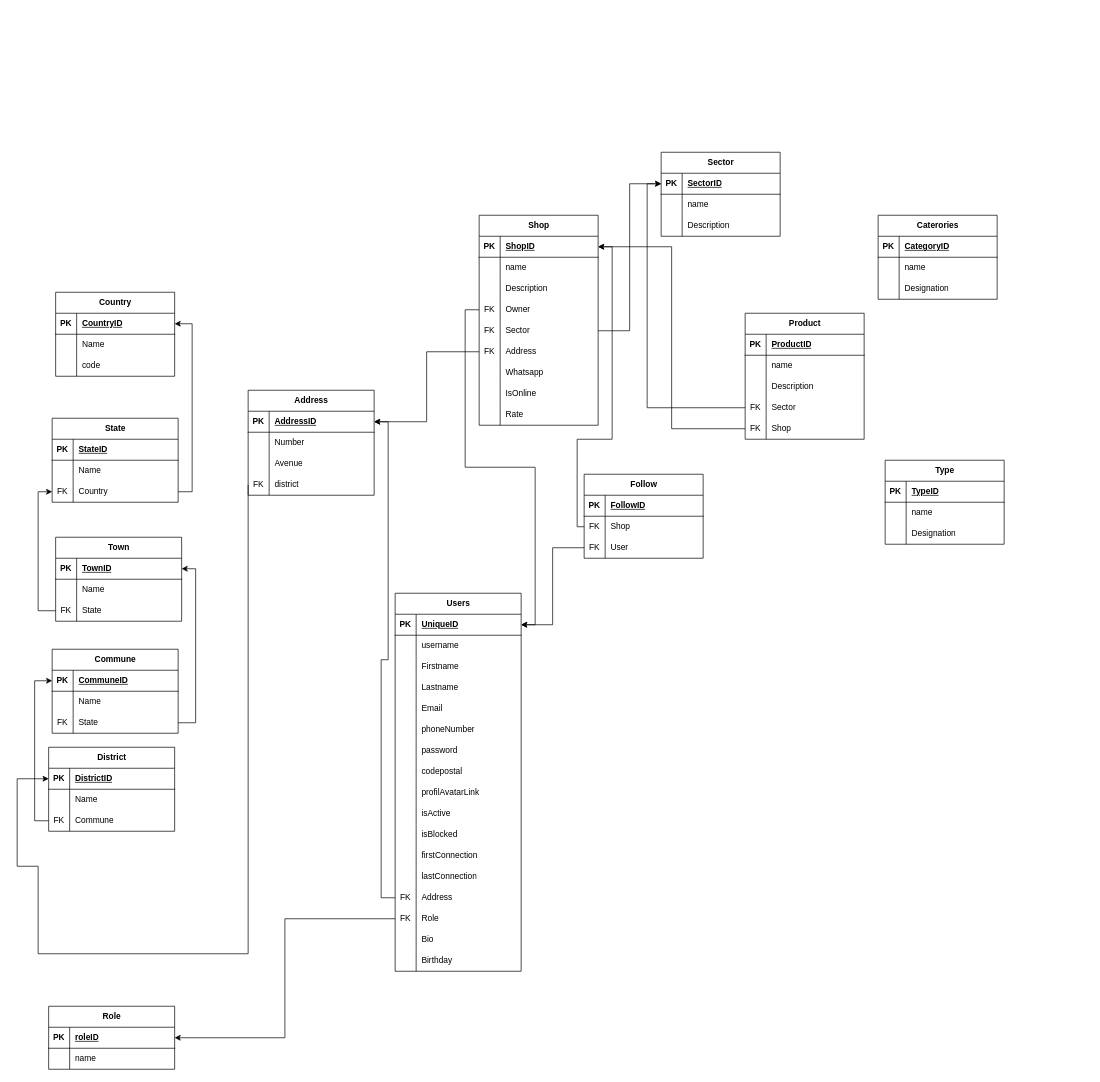
Above: Tekango.drawio in internalTekango/3.0.tekango.template (draw.io), before the change. Source tidied: cells renumbered, new cells numbered last; positions are measured from the earlier drawing's top-left corner, leaving out a move shared by most shapes. Both pictures are drawn from the tidied source at 70%, with x=0, y=0 at pixel (17, 152).
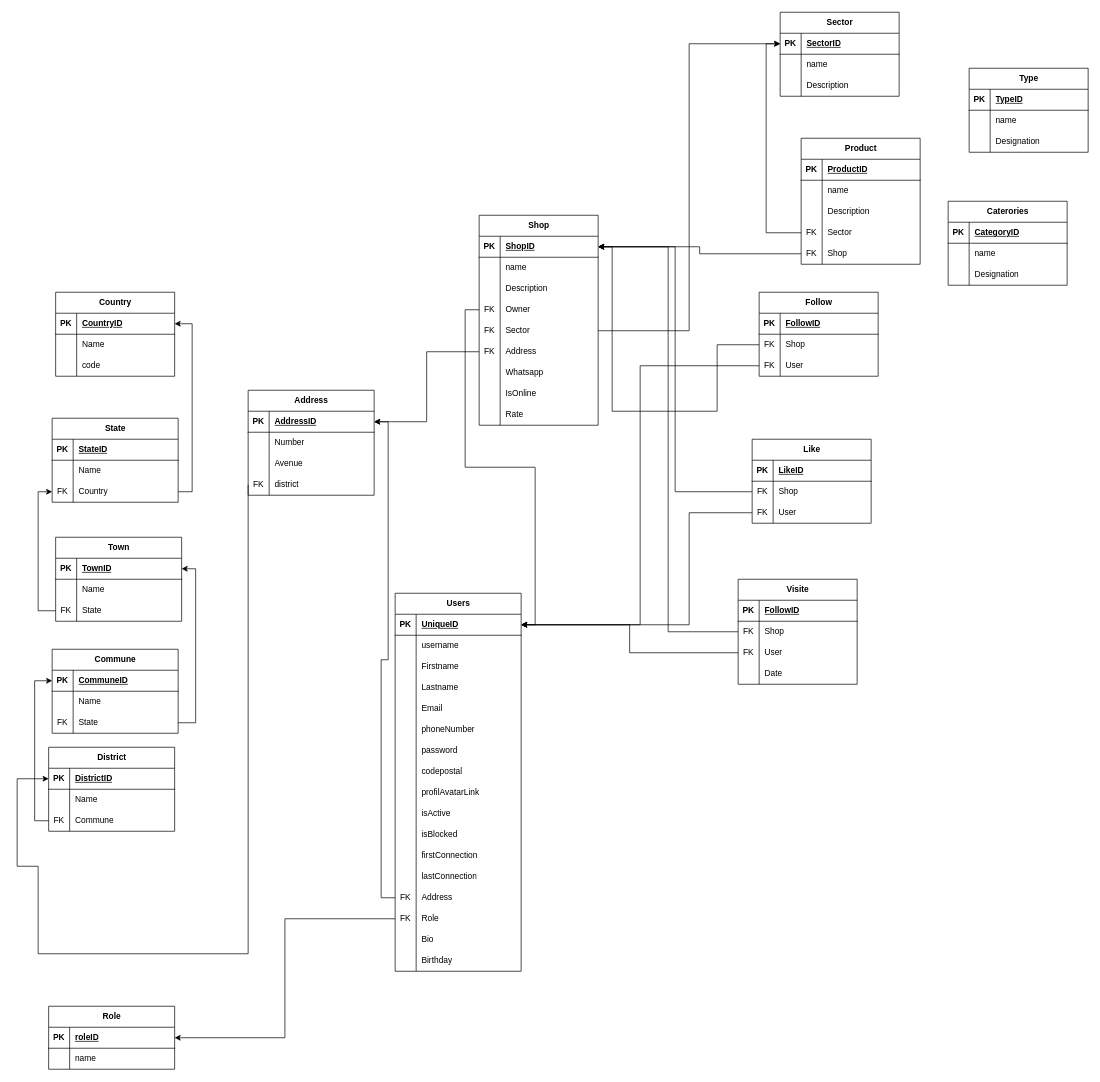
After the change.

Commit message (it also covers changes not shown here):
Mettre à jour Tekango.drawio

The change refers to these unchanged cells:
```xml
<mxCell id="3" style="shape=tableRow;horizontal=0;startSize=0;swimlaneHead=0;swimlaneBody=0;fillColor=none;points=[[0,0.5],[1,0.5]];portConstraint=eastwest;top=0;left=0;right=0;bottom=1;" parent="2" vertex="1">
  <mxGeometry y="30" width="180" height="30" as="geometry" />
</mxCell>
<mxCell id="179" style="shape=tableRow;horizontal=0;startSize=0;swimlaneHead=0;swimlaneBody=0;fillColor=none;points=[[0,0.5],[1,0.5]];portConstraint=eastwest;top=0;left=0;right=0;bottom=1;" parent="178" vertex="1">
  <mxGeometry y="30" width="170" height="30" as="geometry" />
</mxCell>
<mxCell id="214" style="shape=tableRow;horizontal=0;startSize=0;swimlaneHead=0;swimlaneBody=0;fillColor=none;points=[[0,0.5],[1,0.5]];portConstraint=eastwest;top=0;left=0;right=0;bottom=0;" parent="210" vertex="1">
  <mxGeometry y="60" width="170" height="30" as="geometry" />
</mxCell>
```

What changed in the source:
```diff
@@
     <mxCell id="120" value="Sector" style="shape=table;startSize=30;childLayout=tableLayout;rowLines=0;fontStyle=1;align=center;html=1;" parent="1" vertex="1">
-      <mxGeometry x="920" width="170" height="120" as="geometry" />
+      <mxGeometry x="1090" y="-200" width="170" height="120" as="geometry" />
     </mxCell>
@@
     <mxCell id="130" value="Caterories" style="shape=table;startSize=30;childLayout=tableLayout;rowLines=0;fontStyle=1;align=center;html=1;" parent="1" vertex="1">
-      <mxGeometry x="1230" y="90" width="170" height="120" as="geometry" />
+      <mxGeometry x="1330" y="70" width="170" height="120" as="geometry" />
     </mxCell>
@@
     <mxCell id="140" value="Type" style="shape=table;startSize=30;childLayout=tableLayout;rowLines=0;fontStyle=1;align=center;html=1;" parent="1" vertex="1">
-      <mxGeometry x="1240" y="440" width="170" height="120" as="geometry" />
+      <mxGeometry x="1360" y="-120" width="170" height="120" as="geometry" />
     </mxCell>
@@
     <mxCell id="150" value="Product" style="shape=table;startSize=30;childLayout=tableLayout;rowLines=0;fontStyle=1;align=center;html=1;" parent="1" vertex="1">
-      <mxGeometry x="1040" y="230" width="170" height="180" as="geometry" />
+      <mxGeometry x="1120" y="-20" width="170" height="180" as="geometry" />
     </mxCell>
@@
     <mxCell id="210" value="Follow" style="shape=table;startSize=30;childLayout=tableLayout;rowLines=0;fontStyle=1;align=center;html=1;" parent="1" vertex="1">
-      <mxGeometry x="810" y="460" width="170" height="120" as="geometry" />
+      <mxGeometry x="1060" y="200" width="170" height="120" as="geometry" />
     </mxCell>
@@
     <mxCell id="221" style="edgeStyle=orthogonalEdgeStyle;rounded=0;jettySize=auto;html=1;exitX=0;exitY=0.5;exitDx=0;exitDy=0;entryX=1;entryY=0.5;entryDx=0;entryDy=0;" parent="1" edge="1" source="214" target="179">
       <mxGeometry relative="1" as="geometry">
         <Array as="points">
-          <mxPoint x="800" y="535" />
-          <mxPoint x="800" y="410" />
-          <mxPoint x="850" y="410" />
+          <mxPoint x="1000" y="370" />
+          <mxPoint x="850" y="370" />
           <mxPoint x="850" y="135" />
         </Array>
       </mxGeometry>
     </mxCell>
+    <mxCell id="222" value="Like" style="shape=table;startSize=30;childLayout=tableLayout;rowLines=0;fontStyle=1;align=center;html=1;" parent="1" vertex="1">
+      <mxGeometry x="1050" y="410" width="170" height="120" as="geometry" />
+    </mxCell>
+    <mxCell id="223" style="shape=tableRow;horizontal=0;startSize=0;swimlaneHead=0;swimlaneBody=0;fillColor=none;top=0;left=0;right=0;bottom=1;" parent="222" vertex="1">
+      <mxGeometry y="30" width="170" height="30" as="geometry" />
+    </mxCell>
+    <mxCell id="224" value="PK" style="shape=partialRectangle;fillColor=none;top=0;left=0;bottom=0;right=0;fontStyle=1;overflow=hidden;whiteSpace=wrap;html=1;" parent="223" vertex="1">
+      <mxGeometry width="30" height="30" as="geometry" />
+    </mxCell>
+    <mxCell id="225" value="LikeID" style="shape=partialRectangle;fillColor=none;top=0;left=0;bottom=0;right=0;align=left;spacingLeft=6;fontStyle=5;overflow=hidden;whiteSpace=wrap;html=1;" parent="223" vertex="1">
+      <mxGeometry x="30" width="140" height="30" as="geometry" />
+    </mxCell>
+    <mxCell id="226" style="shape=tableRow;horizontal=0;startSize=0;swimlaneHead=0;swimlaneBody=0;fillColor=none;points=[[0,0.5],[1,0.5]];portConstraint=eastwest;top=0;left=0;right=0;bottom=0;" parent="222" vertex="1">
+      <mxGeometry y="60" width="170" height="30" as="geometry" />
+    </mxCell>
+    <mxCell id="227" value="FK" style="shape=partialRectangle;fillColor=none;top=0;left=0;bottom=0;right=0;overflow=hidden;whiteSpace=wrap;html=1;" parent="226" vertex="1">
+      <mxGeometry width="30" height="30" as="geometry" />
+    </mxCell>
+    <mxCell id="228" value="Shop" style="shape=partialRectangle;fillColor=none;top=0;left=0;bottom=0;right=0;align=left;spacingLeft=6;overflow=hidden;whiteSpace=wrap;html=1;" parent="226" vertex="1">
+      <mxGeometry x="30" width="140" height="30" as="geometry" />
+    </mxCell>
+    <mxCell id="229" style="shape=tableRow;horizontal=0;startSize=0;swimlaneHead=0;swimlaneBody=0;fillColor=none;points=[[0,0.5],[1,0.5]];portConstraint=eastwest;top=0;left=0;right=0;bottom=0;" parent="222" vertex="1">
+      <mxGeometry y="90" width="170" height="30" as="geometry" />
+    </mxCell>
+    <mxCell id="230" value="FK" style="shape=partialRectangle;fillColor=none;top=0;left=0;bottom=0;right=0;overflow=hidden;whiteSpace=wrap;html=1;" parent="229" vertex="1">
+      <mxGeometry width="30" height="30" as="geometry" />
+    </mxCell>
+    <mxCell id="231" value="User" style="shape=partialRectangle;fillColor=none;top=0;left=0;bottom=0;right=0;align=left;spacingLeft=6;overflow=hidden;whiteSpace=wrap;html=1;" parent="229" vertex="1">
+      <mxGeometry x="30" width="140" height="30" as="geometry" />
+    </mxCell>
+    <mxCell id="232" value="Visite" style="shape=table;startSize=30;childLayout=tableLayout;rowLines=0;fontStyle=1;align=center;html=1;" parent="1" vertex="1">
+      <mxGeometry x="1030" y="610" width="170" height="150" as="geometry" />
+    </mxCell>
+    <mxCell id="233" style="shape=tableRow;horizontal=0;startSize=0;swimlaneHead=0;swimlaneBody=0;fillColor=none;top=0;left=0;right=0;bottom=1;" parent="232" vertex="1">
+      <mxGeometry y="30" width="170" height="30" as="geometry" />
+    </mxCell>
+    <mxCell id="234" value="PK" style="shape=partialRectangle;fillColor=none;top=0;left=0;bottom=0;right=0;fontStyle=1;overflow=hidden;whiteSpace=wrap;html=1;" parent="233" vertex="1">
+      <mxGeometry width="30" height="30" as="geometry" />
+    </mxCell>
+    <mxCell id="235" value="FollowID" style="shape=partialRectangle;fillColor=none;top=0;left=0;bottom=0;right=0;align=left;spacingLeft=6;fontStyle=5;overflow=hidden;whiteSpace=wrap;html=1;" parent="233" vertex="1">
+      <mxGeometry x="30" width="140" height="30" as="geometry" />
+    </mxCell>
+    <mxCell id="236" style="shape=tableRow;horizontal=0;startSize=0;swimlaneHead=0;swimlaneBody=0;fillColor=none;points=[[0,0.5],[1,0.5]];portConstraint=eastwest;top=0;left=0;right=0;bottom=0;" parent="232" vertex="1">
+      <mxGeometry y="60" width="170" height="30" as="geometry" />
+    </mxCell>
+    <mxCell id="237" value="FK" style="shape=partialRectangle;fillColor=none;top=0;left=0;bottom=0;right=0;overflow=hidden;whiteSpace=wrap;html=1;" parent="236" vertex="1">
+      <mxGeometry width="30" height="30" as="geometry" />
+    </mxCell>
+    <mxCell id="238" value="Shop" style="shape=partialRectangle;fillColor=none;top=0;left=0;bottom=0;right=0;align=left;spacingLeft=6;overflow=hidden;whiteSpace=wrap;html=1;" parent="236" vertex="1">
+      <mxGeometry x="30" width="140" height="30" as="geometry" />
+    </mxCell>
+    <mxCell id="239" style="shape=tableRow;horizontal=0;startSize=0;swimlaneHead=0;swimlaneBody=0;fillColor=none;points=[[0,0.5],[1,0.5]];portConstraint=eastwest;top=0;left=0;right=0;bottom=0;" parent="232" vertex="1">
+      <mxGeometry y="90" width="170" height="30" as="geometry" />
+    </mxCell>
+    <mxCell id="240" value="FK" style="shape=partialRectangle;fillColor=none;top=0;left=0;bottom=0;right=0;overflow=hidden;whiteSpace=wrap;html=1;" parent="239" vertex="1">
+      <mxGeometry width="30" height="30" as="geometry" />
+    </mxCell>
+    <mxCell id="241" value="User" style="shape=partialRectangle;fillColor=none;top=0;left=0;bottom=0;right=0;align=left;spacingLeft=6;overflow=hidden;whiteSpace=wrap;html=1;" parent="239" vertex="1">
+      <mxGeometry x="30" width="140" height="30" as="geometry" />
+    </mxCell>
+    <mxCell id="242" style="shape=tableRow;horizontal=0;startSize=0;swimlaneHead=0;swimlaneBody=0;fillColor=none;top=0;left=0;right=0;bottom=0;" parent="232" vertex="1">
+      <mxGeometry y="120" width="170" height="30" as="geometry" />
+    </mxCell>
+    <mxCell id="243" style="shape=partialRectangle;fillColor=none;top=0;left=0;bottom=0;right=0;overflow=hidden;whiteSpace=wrap;html=1;" parent="242" vertex="1">
+      <mxGeometry width="30" height="30" as="geometry" />
+    </mxCell>
+    <mxCell id="244" value="Date" style="shape=partialRectangle;fillColor=none;top=0;left=0;bottom=0;right=0;align=left;spacingLeft=6;overflow=hidden;whiteSpace=wrap;html=1;" parent="242" vertex="1">
+      <mxGeometry x="30" width="140" height="30" as="geometry" />
+    </mxCell>
+    <mxCell id="245" style="edgeStyle=orthogonalEdgeStyle;rounded=0;jettySize=auto;html=1;exitX=0;exitY=0.5;exitDx=0;exitDy=0;" parent="1" edge="1" source="226" target="179">
+      <mxGeometry relative="1" as="geometry" />
+    </mxCell>
+    <mxCell id="246" style="edgeStyle=orthogonalEdgeStyle;rounded=0;jettySize=auto;html=1;exitX=0;exitY=0.5;exitDx=0;exitDy=0;" parent="1" edge="1" source="229" target="3">
+      <mxGeometry relative="1" as="geometry">
+        <Array as="points">
+          <mxPoint x="960" y="515" />
+          <mxPoint x="960" y="675" />
+        </Array>
+      </mxGeometry>
+    </mxCell>
+    <mxCell id="247" style="edgeStyle=orthogonalEdgeStyle;rounded=0;jettySize=auto;html=1;exitX=0;exitY=0.5;exitDx=0;exitDy=0;entryX=1;entryY=0.5;entryDx=0;entryDy=0;" parent="1" edge="1" source="236" target="179">
+      <mxGeometry relative="1" as="geometry" />
+    </mxCell>
+    <mxCell id="248" style="edgeStyle=orthogonalEdgeStyle;rounded=0;jettySize=auto;html=1;exitX=0;exitY=0.5;exitDx=0;exitDy=0;entryX=1;entryY=0.5;entryDx=0;entryDy=0;" parent="1" edge="1" source="239" target="3">
+      <mxGeometry relative="1" as="geometry" />
+    </mxCell>
```
